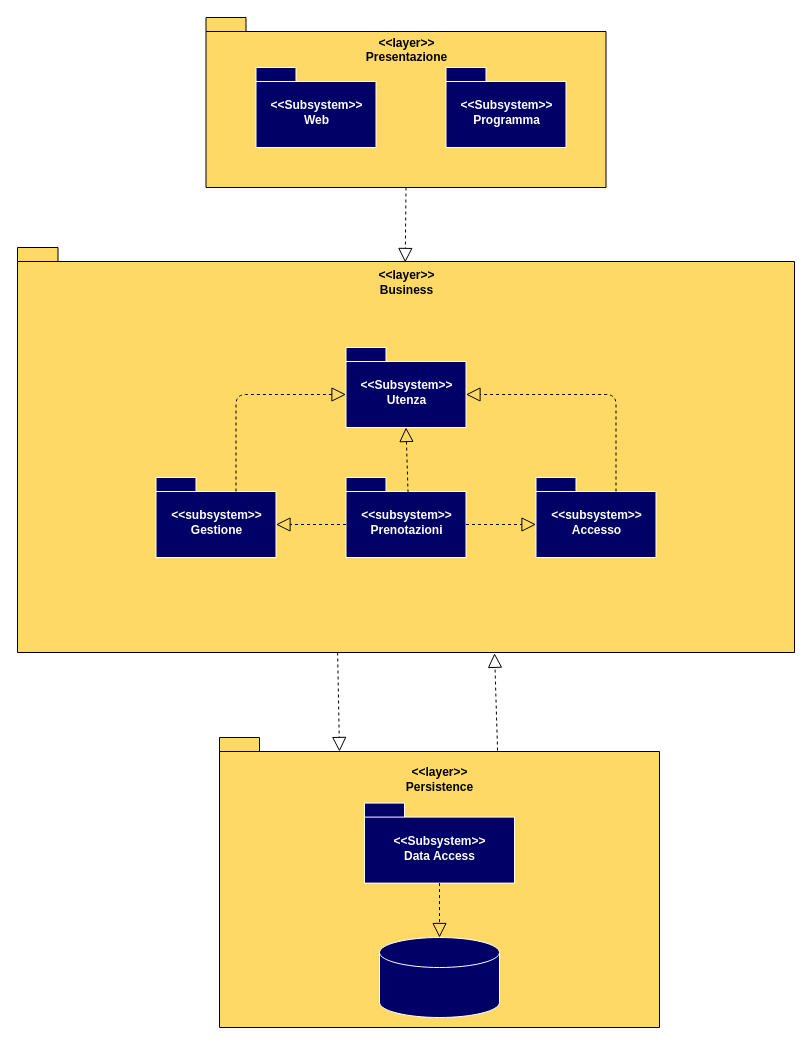
The draw.io diagram Documenti/SDD/Decoposizione del Sistema/Decoposition_v3.drawio in Givaa/MedQueue, before the edit. Source tidied: cells renumbered, new cells numbered last; positions are measured from the earlier drawing's top-left corner, leaving out a move shared by most shapes. Both pictures are drawn from the tidied source at 100%, with x=0, y=0 at pixel (17, 17).
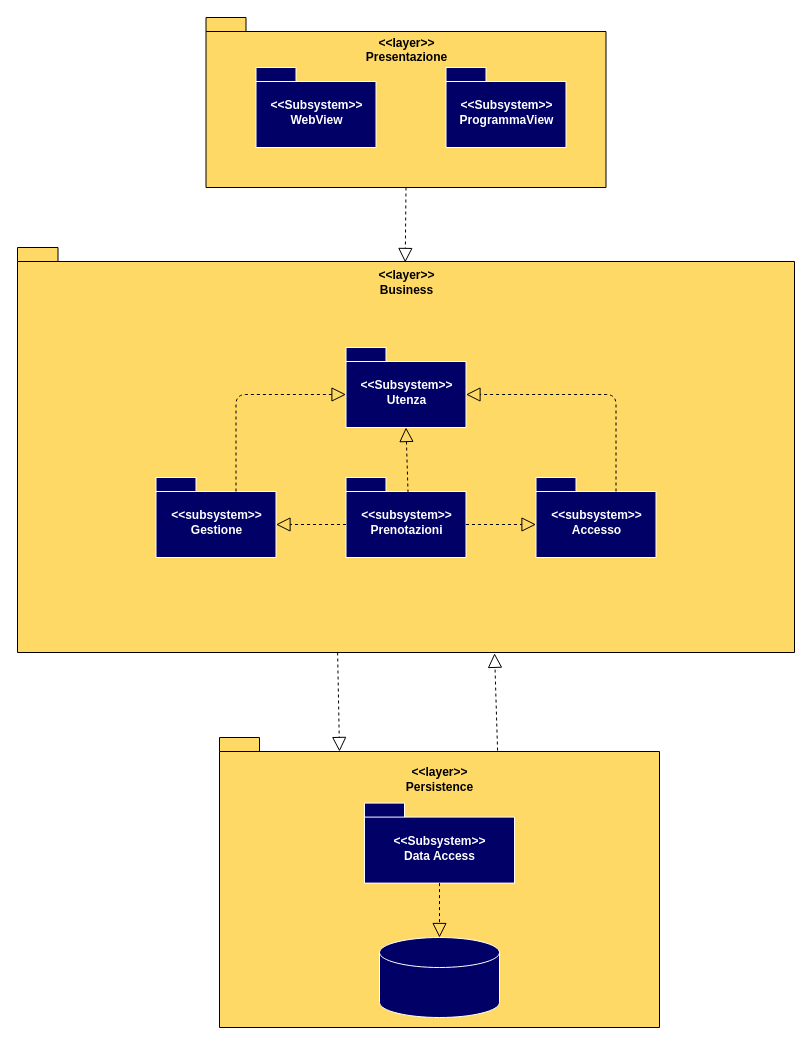
The same diagram, later.

Change to the diagram source:
```diff
@@
-    <mxCell id="3" value="&lt;div&gt;&lt;font color=&quot;#FFFFFF&quot;&gt;&amp;lt;&amp;lt;Subsystem&amp;gt;&amp;gt;&lt;br&gt;&lt;/font&gt;&lt;/div&gt;&lt;div&gt;&lt;font color=&quot;#FFFFFF&quot;&gt;Web&lt;/font&gt;&lt;/div&gt;" style="shape=folder;fontStyle=1;spacingTop=10;tabWidth=40;tabHeight=14;tabPosition=left;html=1;fillColor=#000066;strokeColor=#FFFFFF;" parent="1" vertex="1">
+    <mxCell id="3" value="&lt;div&gt;&lt;font color=&quot;#FFFFFF&quot;&gt;&amp;lt;&amp;lt;Subsystem&amp;gt;&amp;gt;&lt;br&gt;&lt;/font&gt;&lt;/div&gt;&lt;div&gt;&lt;font color=&quot;#FFFFFF&quot;&gt;WebView&lt;/font&gt;&lt;/div&gt;" style="shape=folder;fontStyle=1;spacingTop=10;tabWidth=40;tabHeight=14;tabPosition=left;html=1;fillColor=#000066;strokeColor=#FFFFFF;" parent="1" vertex="1">
       <mxGeometry x="238.5" y="50" width="120" height="80" as="geometry" />
     </mxCell>
-    <mxCell id="4" value="&lt;div&gt;&lt;font color=&quot;#FFFFFF&quot;&gt;&amp;lt;&amp;lt;Subsystem&amp;gt;&amp;gt;&lt;br&gt;&lt;/font&gt;&lt;/div&gt;&lt;div&gt;&lt;font color=&quot;#FFFFFF&quot;&gt;Programma&lt;/font&gt;&lt;/div&gt;" style="shape=folder;fontStyle=1;spacingTop=10;tabWidth=40;tabHeight=14;tabPosition=left;html=1;fillColor=#000066;strokeColor=#FFFFFF;" parent="1" vertex="1">
+    <mxCell id="4" value="&lt;div&gt;&lt;font color=&quot;#FFFFFF&quot;&gt;&amp;lt;&amp;lt;Subsystem&amp;gt;&amp;gt;&lt;br&gt;&lt;/font&gt;&lt;/div&gt;&lt;div&gt;&lt;font color=&quot;#FFFFFF&quot;&gt;ProgrammaView&lt;/font&gt;&lt;/div&gt;" style="shape=folder;fontStyle=1;spacingTop=10;tabWidth=40;tabHeight=14;tabPosition=left;html=1;strokeColor=#FFFFFF;fillColor=#000066;" parent="1" vertex="1">
       <mxGeometry x="428.5" y="50" width="120" height="80" as="geometry" />
     </mxCell>
```
